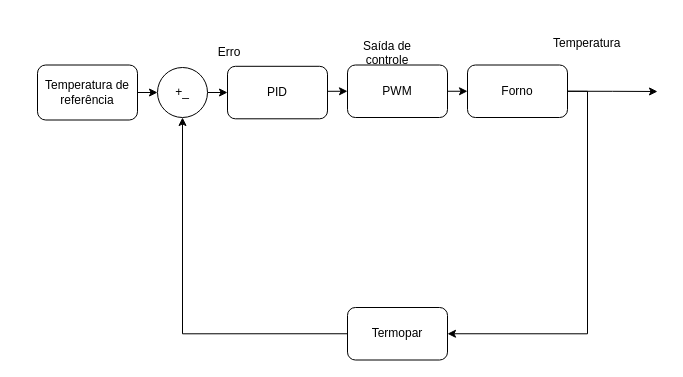
Above: speculated-reference/Flowchart - pid.drawio in cnpem-emi/reflow-oven-sw (draw.io), before the change. Source tidied: cells renumbered, new cells numbered last; positions are measured from the earlier drawing's top-left corner, leaving out a move shared by most shapes. Both pictures are drawn from the tidied source at 100%, with x=0, y=0 at pixel (37, 27).
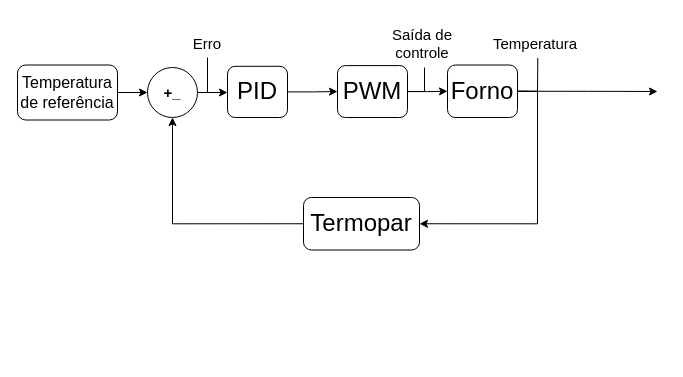
The same page after the edit.

The edit, as a diff of the source:
```diff
@@
-    <mxCell id="3" value="+_" style="ellipse;whiteSpace=wrap;html=1;" parent="1" vertex="1">
-      <mxGeometry x="120" y="40" width="50" height="50" as="geometry" />
+    <mxCell id="3" value="&lt;font style=&quot;font-size: 15px;&quot;&gt;&lt;b&gt;+_&lt;/b&gt;&lt;/font&gt;" style="ellipse;whiteSpace=wrap;html=1;" parent="1" vertex="1">
+      <mxGeometry x="110" y="40" width="50" height="50" as="geometry" />
     </mxCell>
@@
-    <mxCell id="5" value="Temperatura de referência" style="rounded=1;whiteSpace=wrap;html=1;" parent="1" vertex="1">
-      <mxGeometry y="37.5" width="100" height="55" as="geometry" />
+    <mxCell id="5" value="&lt;font style=&quot;font-size: 16px;&quot;&gt;Temperatura de referência&lt;/font&gt;" style="rounded=1;whiteSpace=wrap;html=1;" parent="1" vertex="1">
+      <mxGeometry x="-20" y="37.5" width="100" height="55" as="geometry" />
     </mxCell>
@@
-    <mxCell id="7" value="Termopar" style="rounded=1;whiteSpace=wrap;html=1;" parent="1" vertex="1">
-      <mxGeometry x="310" y="280" width="100" height="52.5" as="geometry" />
+    <mxCell id="7" value="&lt;font style=&quot;font-size: 24px;&quot;&gt;Termopar&lt;/font&gt;" style="rounded=1;whiteSpace=wrap;html=1;" parent="1" vertex="1">
+      <mxGeometry x="266" y="170" width="116" height="52.5" as="geometry" />
     </mxCell>
@@
-    <mxCell id="9" value="PWM" style="rounded=1;whiteSpace=wrap;html=1;" parent="1" vertex="1">
-      <mxGeometry x="310" y="37.5" width="100" height="52.5" as="geometry" />
+    <mxCell id="9" value="&lt;font style=&quot;font-size: 24px;&quot;&gt;PWM&lt;/font&gt;" style="rounded=1;whiteSpace=wrap;html=1;" parent="1" vertex="1">
+      <mxGeometry x="300" y="38.1" width="70" height="51.9" as="geometry" />
     </mxCell>
-    <mxCell id="10" value="Temperatura" style="text;strokeColor=none;fillColor=none;align=left;verticalAlign=middle;spacingLeft=4;spacingRight=4;overflow=hidden;points=[[0,0.5],[1,0.5]];portConstraint=eastwest;" parent="1" vertex="1">
-      <mxGeometry x="510" width="80" height="30" as="geometry" />
+    <mxCell id="10" value="Temperatura" style="text;strokeColor=none;fillColor=none;align=left;verticalAlign=middle;spacingLeft=4;spacingRight=4;overflow=hidden;points=[[0,0.5],[1,0.5]];portConstraint=eastwest;fontSize=15;" parent="1" vertex="1">
+      <mxGeometry x="450" width="100" height="30" as="geometry" />
     </mxCell>
-    <mxCell id="11" value="Saída de &#10;controle" style="text;strokeColor=none;fillColor=none;align=center;verticalAlign=middle;spacingLeft=4;spacingRight=4;overflow=hidden;" parent="1" vertex="1">
-      <mxGeometry x="320" y="10" width="60" height="30" as="geometry" />
+    <mxCell id="11" value="Saída de &#10;controle" style="text;strokeColor=none;fillColor=none;align=center;verticalAlign=middle;spacingLeft=4;spacingRight=4;overflow=hidden;fontSize=15;" parent="1" vertex="1">
+      <mxGeometry x="340" y="-10" width="90" height="50" as="geometry" />
     </mxCell>
-    <mxCell id="12" value="Erro" style="text;strokeColor=none;fillColor=none;align=center;verticalAlign=middle;spacingLeft=4;spacingRight=4;overflow=hidden;" parent="1" vertex="1">
-      <mxGeometry x="162" y="8.8" width="60" height="30" as="geometry" />
+    <mxCell id="12" value="Erro" style="text;strokeColor=none;fillColor=none;align=center;verticalAlign=middle;spacingLeft=4;spacingRight=4;overflow=hidden;fontSize=15;" parent="1" vertex="1">
+      <mxGeometry x="140" width="60" height="30" as="geometry" />
     </mxCell>
-    <mxCell id="13" style="edgeStyle=orthogonalEdgeStyle;rounded=0;jettySize=auto;html=1;exitX=1;exitY=0.5;exitDx=0;exitDy=0;entryX=0;entryY=0.5;entryDx=0;entryDy=0;endArrow=classic;endFill=1;" parent="1" edge="1" source="14" target="9">
-      <mxGeometry relative="1" as="geometry">
-        <Array as="points">
-          <mxPoint x="290" y="64" />
-        </Array>
-      </mxGeometry>
+    <mxCell id="13" style="edgeStyle=orthogonalEdgeStyle;rounded=0;jettySize=auto;html=1;exitX=1;exitY=0.5;exitDx=0;exitDy=0;entryX=0;entryY=0.5;entryDx=0;entryDy=0;fontSize=16;" parent="1" edge="1" source="14" target="9">
+      <mxGeometry relative="1" as="geometry" />
     </mxCell>
-    <mxCell id="14" value="PID" style="rounded=1;whiteSpace=wrap;html=1;" parent="1" vertex="1">
-      <mxGeometry x="190" y="38.8" width="100" height="52.5" as="geometry" />
+    <mxCell id="14" value="&lt;font style=&quot;font-size: 24px;&quot;&gt;PID&lt;/font&gt;" style="rounded=1;whiteSpace=wrap;html=1;" parent="1" vertex="1">
+      <mxGeometry x="190" y="38.8" width="60" height="51.2" as="geometry" />
     </mxCell>
@@
-    <mxCell id="17" value="Forno" style="rounded=1;whiteSpace=wrap;html=1;" parent="1" vertex="1">
-      <mxGeometry x="430" y="37.5" width="100" height="52.5" as="geometry" />
+    <mxCell id="17" value="&lt;font style=&quot;font-size: 24px;&quot;&gt;Forno&lt;/font&gt;" style="rounded=1;whiteSpace=wrap;html=1;" parent="1" vertex="1">
+      <mxGeometry x="410" y="37.5" width="70" height="52.5" as="geometry" />
     </mxCell>
+    <mxCell id="18" style="endArrow=none;html=1;rounded=0;fontSize=16;exitX=1;exitY=0.5;exitDx=0;exitDy=0;" parent="1" edge="1" source="3">
+      <mxGeometry relative="1" as="geometry">
+        <mxPoint x="170" y="30" as="targetPoint" />
+        <Array as="points">
+          <mxPoint x="170" y="65" />
+        </Array>
+      </mxGeometry>
+    </mxCell>
+    <mxCell id="19" style="endArrow=none;html=1;rounded=0;fontSize=16;exitX=1;exitY=0.5;exitDx=0;exitDy=0;" parent="1" edge="1" source="9">
+      <mxGeometry relative="1" as="geometry">
+        <mxPoint x="387" y="40" as="targetPoint" />
+        <Array as="points">
+          <mxPoint x="387" y="64" />
+        </Array>
+      </mxGeometry>
+    </mxCell>
+    <mxCell id="20" style="endArrow=none;html=1;rounded=0;fontSize=16;exitX=1;exitY=0.5;exitDx=0;exitDy=0;entryX=0.503;entryY=1.016;entryDx=0;entryDy=0;entryPerimeter=0;" parent="1" edge="1" source="17" target="10">
+      <mxGeometry relative="1" as="geometry">
+        <Array as="points">
+          <mxPoint x="500" y="64" />
+        </Array>
+      </mxGeometry>
+    </mxCell>
```
